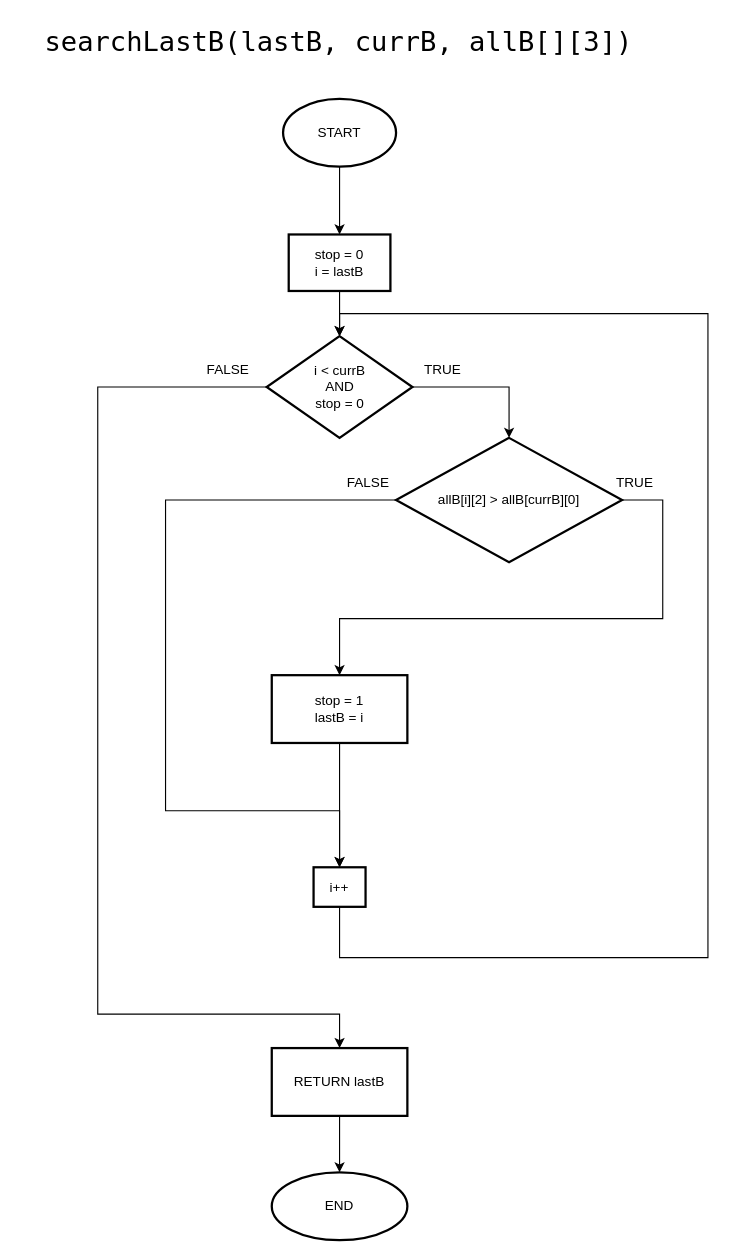
Before: page "searchLastB()" (3 of 5) of Skyline.drawio in Rexrder/skyline, a draw.io diagram. Source tidied: cells renumbered, new cells numbered last; positions are measured from the earlier drawing's top-left corner, leaving out a move shared by most shapes. Both pictures are drawn from the tidied source at 113%, with x=0, y=0 at pixel (19, 19).
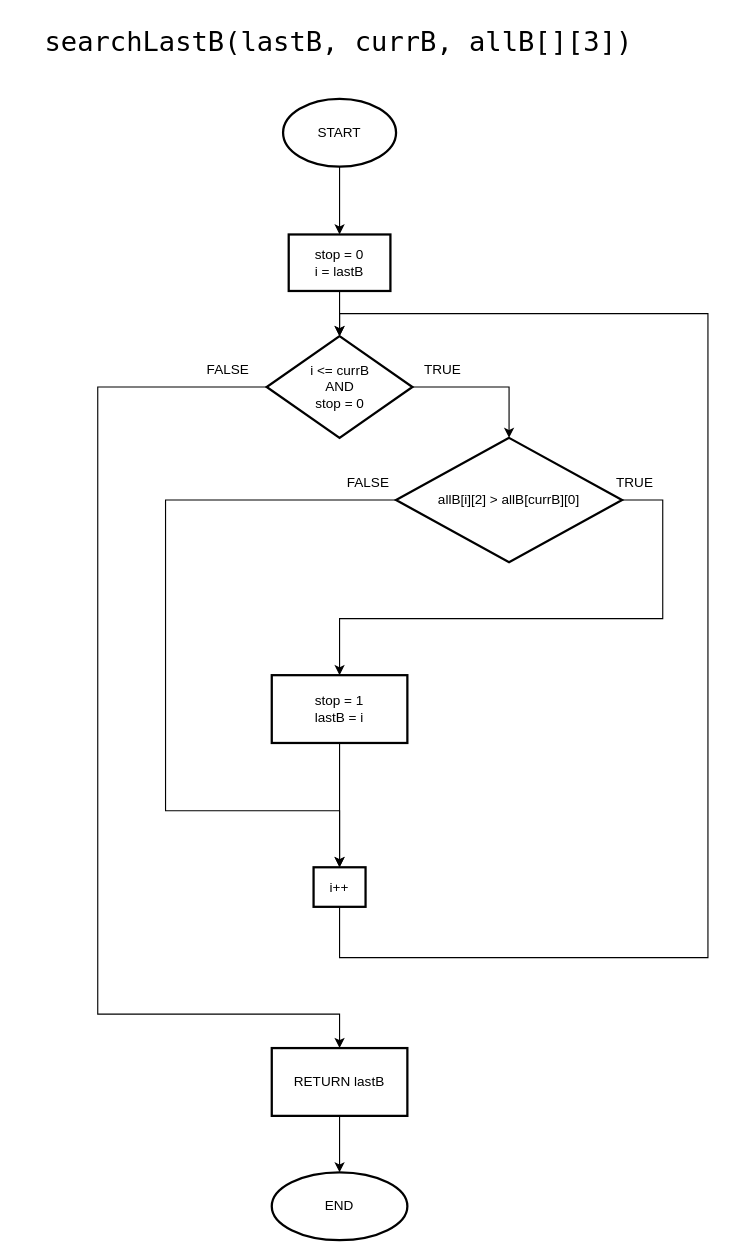
The same page after the edit.

Change to the diagram source:
```diff
@@
-    <mxCell id="6" value="i &amp;lt; currB&lt;br&gt;AND&lt;br&gt;stop = 0" style="rhombus;whiteSpace=wrap;html=1;strokeWidth=2;" parent="1" vertex="1">
+    <mxCell id="6" value="i &amp;lt;= currB&lt;br&gt;AND&lt;br&gt;stop = 0" style="rhombus;whiteSpace=wrap;html=1;strokeWidth=2;" parent="1" vertex="1">
       <mxGeometry x="218.5" y="280" width="129" height="90" as="geometry" />
     </mxCell>
```
